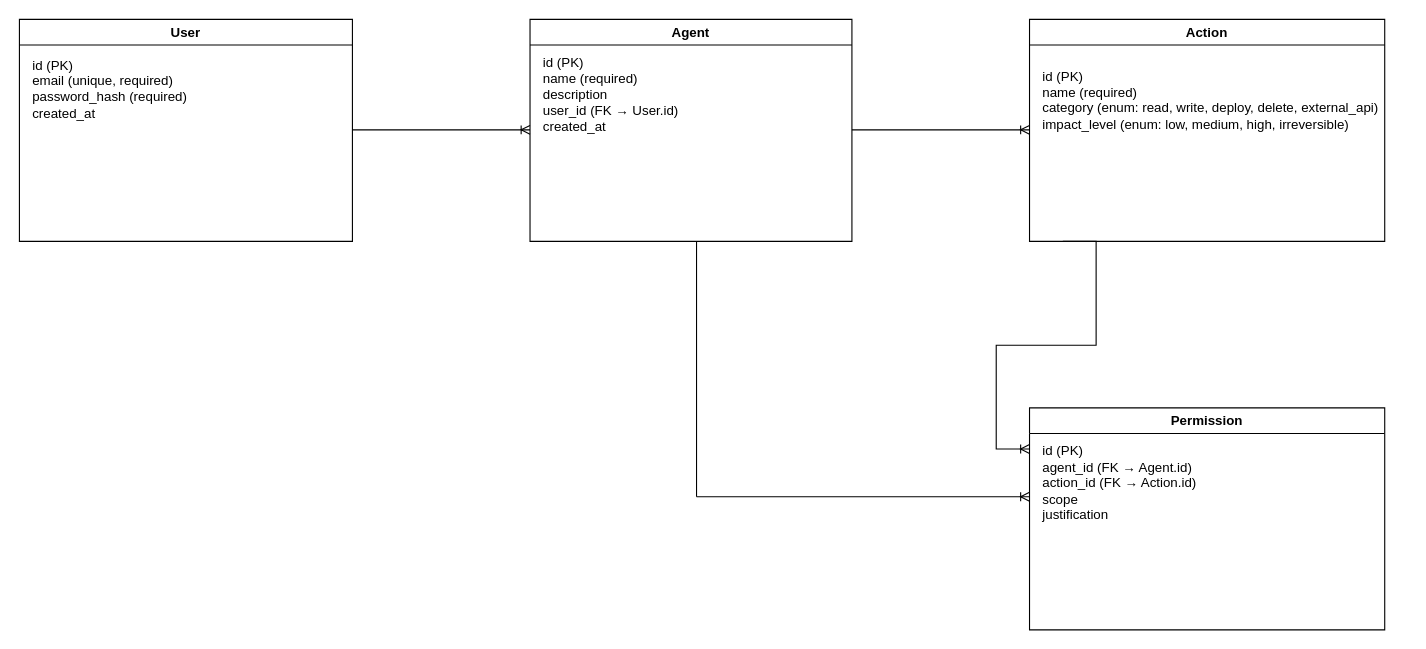
This is Suz.drawio from angelikakasia/Wireframes, a draw.io file, before an edit. Source tidied: cells renumbered, new cells numbered last; positions are measured from the earlier drawing's top-left corner, leaving out a move shared by most shapes. Both pictures are drawn from the tidied source at 111%, with x=0, y=0 at pixel (19, 19).
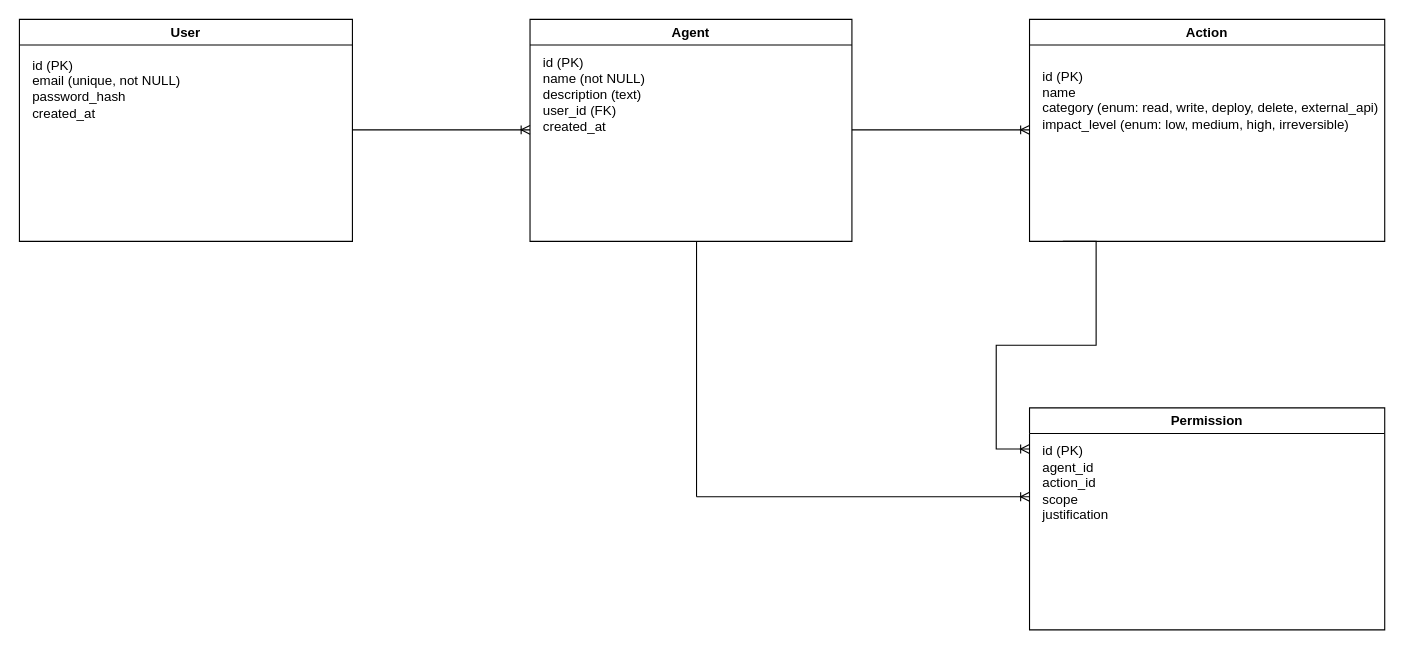
Above is the later version.

What changed in the source:
```diff
@@
 <mxGraphModel>
   <root>
     <mxCell id="0" />
     <mxCell id="1" parent="0" />
     <mxCell id="2" value="User" style="swimlane;whiteSpace=wrap;html=1;" parent="1" vertex="1">
       <mxGeometry width="300" height="200" as="geometry" />
     </mxCell>
-    <mxCell id="3" value="&lt;div align=&quot;left&quot;&gt;id (PK)&lt;br&gt;email (unique, required)&lt;br&gt;password_hash (required)&lt;br&gt;created_at&lt;div&gt;&lt;br&gt;&lt;/div&gt;&lt;/div&gt;" style="text;html=1;whiteSpace=wrap;strokeColor=none;fillColor=none;align=left;verticalAlign=middle;rounded=0;" parent="2" vertex="1">
+    <mxCell id="3" value="&lt;div align=&quot;left&quot;&gt;id (PK)&lt;br&gt;email (unique, not NULL)&lt;br&gt;password_hash&amp;nbsp;&lt;br&gt;created_at&lt;div&gt;&lt;br&gt;&lt;/div&gt;&lt;/div&gt;" style="text;html=1;whiteSpace=wrap;strokeColor=none;fillColor=none;align=left;verticalAlign=middle;rounded=0;" parent="2" vertex="1">
       <mxGeometry x="10" y="20" width="150" height="100" as="geometry" />
     </mxCell>
     <mxCell id="4" value="Agent" style="swimlane;whiteSpace=wrap;html=1;" parent="1" vertex="1">
       <mxGeometry x="460" width="290" height="200" as="geometry" />
     </mxCell>
-    <mxCell id="5" value="&lt;div align=&quot;left&quot;&gt;id (PK)&lt;br&gt;name (required)&lt;br&gt;description&lt;br&gt;&lt;div&gt;user_id (FK → User.id)&lt;br&gt;&lt;/div&gt;created_at&lt;div&gt;&lt;br&gt;&lt;/div&gt;&lt;/div&gt;" style="text;html=1;whiteSpace=wrap;strokeColor=none;fillColor=none;align=left;verticalAlign=middle;rounded=0;" parent="4" vertex="1">
+    <mxCell id="5" value="&lt;div align=&quot;left&quot;&gt;id (PK)&lt;br&gt;name (not NULL)&lt;br&gt;description (text)&lt;div&gt;user_id (FK)&lt;/div&gt;created_at&lt;div&gt;&lt;br&gt;&lt;/div&gt;&lt;/div&gt;" style="text;html=1;whiteSpace=wrap;strokeColor=none;fillColor=none;align=left;verticalAlign=middle;rounded=0;" parent="4" vertex="1">
       <mxGeometry x="10" y="20" width="130" height="110" as="geometry" />
     </mxCell>
     <mxCell id="6" value="Action" style="swimlane;whiteSpace=wrap;html=1;" parent="1" vertex="1">
       <mxGeometry x="910" width="320" height="200" as="geometry" />
     </mxCell>
-    <mxCell id="7" value="&lt;div align=&quot;left&quot;&gt;id (PK)&lt;br&gt;name (required)&lt;br&gt;category (enum: read, write, deploy, delete, external_api)&lt;br&gt;impact_level (enum: low, medium, high, irreversible)&lt;div&gt;&lt;br&gt;&lt;/div&gt;&lt;/div&gt;" style="text;html=1;whiteSpace=wrap;strokeColor=none;fillColor=none;align=left;verticalAlign=middle;rounded=0;" parent="6" vertex="1">
+    <mxCell id="7" value="&lt;div align=&quot;left&quot;&gt;id (PK)&lt;br&gt;name&amp;nbsp;&lt;br&gt;category (enum: read, write, deploy, delete, external_api)&lt;br&gt;impact_level (enum: low, medium, high, irreversible)&lt;div&gt;&lt;br&gt;&lt;/div&gt;&lt;/div&gt;" style="text;html=1;whiteSpace=wrap;strokeColor=none;fillColor=none;align=left;verticalAlign=middle;rounded=0;" parent="6" vertex="1">
       <mxGeometry x="10" y="10" width="330" height="140" as="geometry" />
     </mxCell>
     <mxCell id="8" value="Permission" style="swimlane;whiteSpace=wrap;html=1;" parent="1" vertex="1">
       <mxGeometry x="910" y="350" width="320" height="200" as="geometry" />
     </mxCell>
-    <mxCell id="9" value="&lt;div align=&quot;left&quot;&gt;id (PK)&lt;br&gt;agent_id (FK → Agent.id)&lt;br&gt;action_id (FK → Action.id)&lt;br&gt;scope&lt;br&gt;justification&lt;div&gt;&lt;br&gt;&lt;/div&gt;&lt;/div&gt;" style="text;html=1;whiteSpace=wrap;strokeColor=none;fillColor=none;align=left;verticalAlign=middle;rounded=0;" parent="8" vertex="1">
+    <mxCell id="9" value="&lt;div align=&quot;left&quot;&gt;id (PK)&lt;br&gt;agent_id&lt;br&gt;action_id&amp;nbsp;&lt;br&gt;scope&lt;br&gt;justification&lt;div&gt;&lt;br&gt;&lt;/div&gt;&lt;/div&gt;" style="text;html=1;whiteSpace=wrap;strokeColor=none;fillColor=none;align=left;verticalAlign=middle;rounded=0;" parent="8" vertex="1">
       <mxGeometry x="10" y="10" width="310" height="130" as="geometry" />
     </mxCell>
     <mxCell id="10" style="edgeStyle=entityRelationEdgeStyle;fontSize=12;html=1;endArrow=ERoneToMany;rounded=0;" parent="1" edge="1">
       <mxGeometry relative="1" as="geometry">
         <mxPoint x="300" y="99.5" as="sourcePoint" />
         <mxPoint x="460" y="99.5" as="targetPoint" />
       </mxGeometry>
     </mxCell>
     <mxCell id="11" style="edgeStyle=entityRelationEdgeStyle;fontSize=12;html=1;endArrow=ERoneToMany;rounded=0;" parent="1" edge="1">
       <mxGeometry relative="1" as="geometry">
         <mxPoint x="750" y="99.5" as="sourcePoint" />
         <mxPoint x="910" y="99.5" as="targetPoint" />
       </mxGeometry>
     </mxCell>
     <mxCell id="12" style="edgeStyle=entityRelationEdgeStyle;fontSize=12;html=1;endArrow=ERoneToMany;rounded=0;" parent="1" edge="1">
       <mxGeometry relative="1" as="geometry">
         <mxPoint x="610" y="430" as="sourcePoint" />
         <mxPoint x="910" y="430" as="targetPoint" />
       </mxGeometry>
     </mxCell>
     <mxCell id="13" style="endArrow=none;html=1;rounded=0;" parent="1" edge="1">
       <mxGeometry relative="1" as="geometry">
         <mxPoint x="610" y="200" as="sourcePoint" />
         <mxPoint x="610" y="430" as="targetPoint" />
       </mxGeometry>
     </mxCell>
     <mxCell id="14" style="edgeStyle=entityRelationEdgeStyle;fontSize=12;html=1;endArrow=ERoneToMany;rounded=0;entryX=-0.014;entryY=0.085;entryDx=0;entryDy=0;entryPerimeter=0;" parent="1" edge="1">
       <mxGeometry relative="1" as="geometry">
         <mxPoint x="940" y="200" as="sourcePoint" />
         <mxPoint x="910" y="387" as="targetPoint" />
       </mxGeometry>
     </mxCell>
   </root>
 </mxGraphModel>
```
